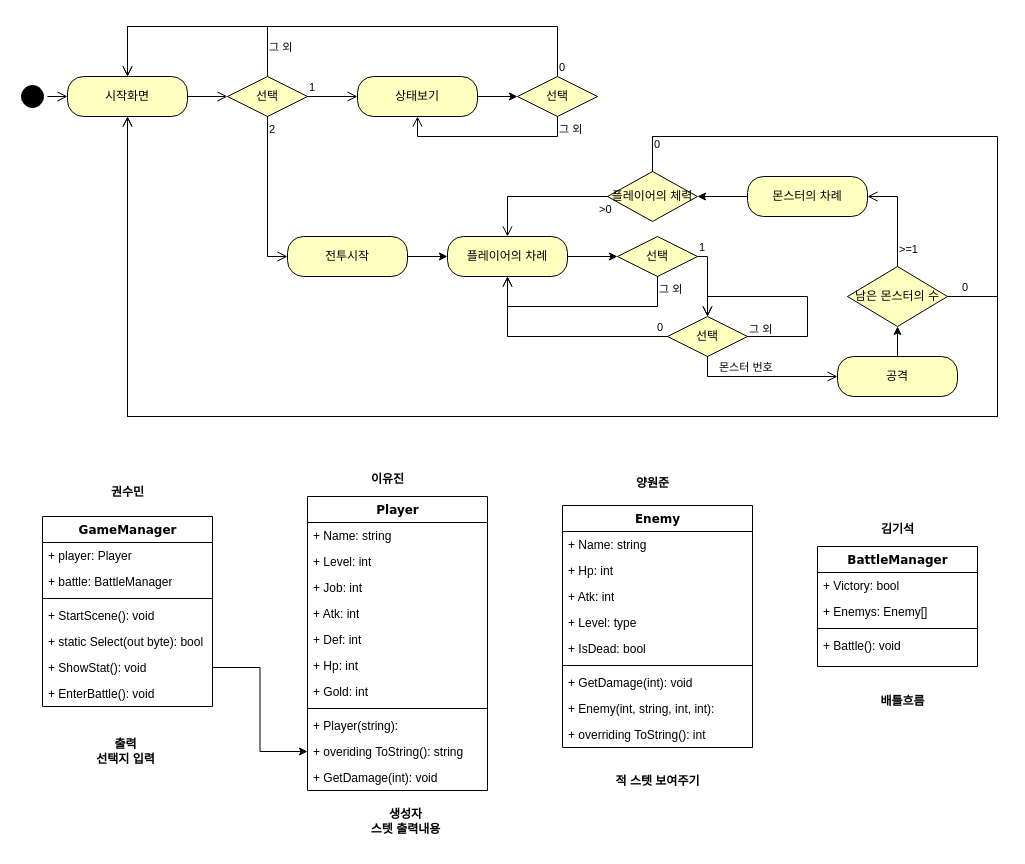
Above: Class.drawio in Kim-giseok/TxtRPG2 (draw.io), before the change. Source tidied: cells renumbered, new cells numbered last; positions are measured from the earlier drawing's top-left corner, leaving out a move shared by most shapes. Both pictures are drawn from the tidied source at 100%, with x=0, y=0 at pixel (17, 26).
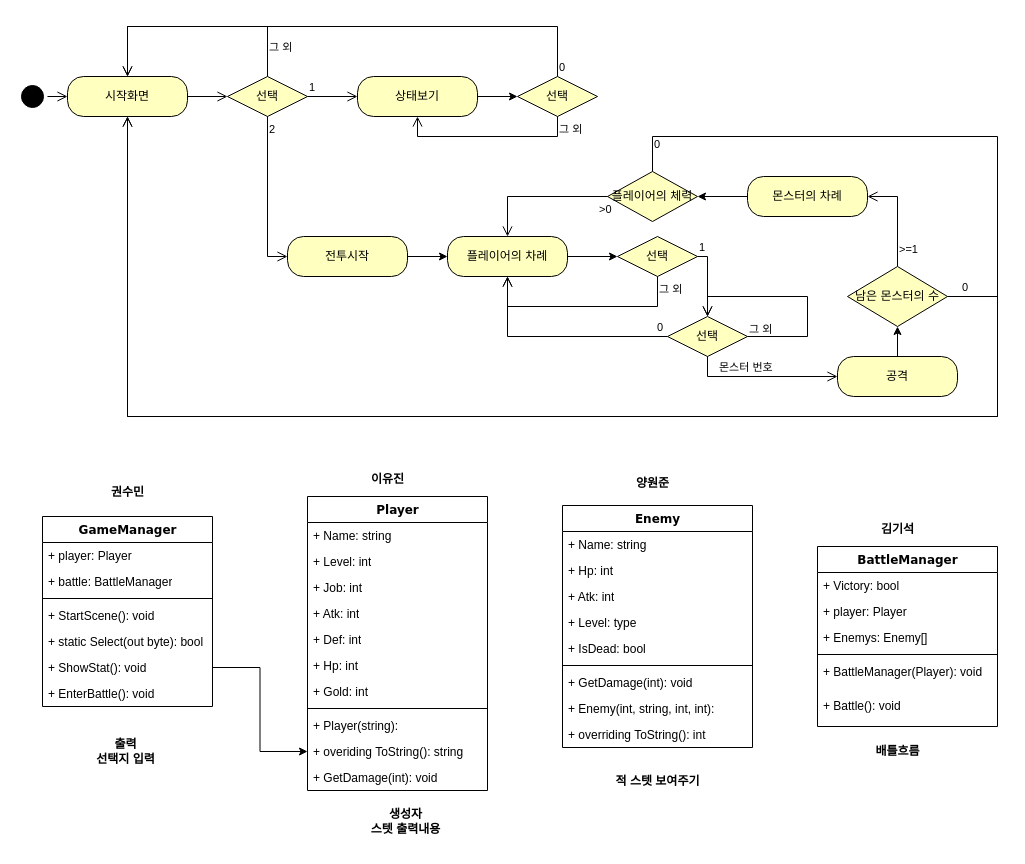
After the change.

What changed in the source:
```diff
@@
     <mxCell id="66" value="BattleManager" style="swimlane;html=1;fontStyle=1;align=center;verticalAlign=top;horizontal=1;startSize=26;swimlaneFillColor=#ffffff;rounded=0;shadow=0;comic=0;labelBackgroundColor=none;strokeWidth=1;fillColor=none;fontFamily=Verdana;fontSize=12;" parent="1" vertex="1">
-      <mxGeometry x="800" y="520" width="160" height="120" as="geometry" />
+      <mxGeometry x="800" y="520" width="180" height="180" as="geometry" />
     </mxCell>
     <mxCell id="67" value="+ Victory: bool" style="text;html=1;strokeColor=none;fillColor=none;align=left;verticalAlign=top;spacingLeft=4;spacingRight=4;whiteSpace=wrap;overflow=hidden;" parent="66" vertex="1">
-      <mxGeometry y="26" width="160" height="26" as="geometry" />
+      <mxGeometry y="26" width="180" height="26" as="geometry" />
     </mxCell>
+    <mxCell id="80" value="+ player: Player" style="text;html=1;strokeColor=none;fillColor=none;align=left;verticalAlign=top;spacingLeft=4;spacingRight=4;whiteSpace=wrap;overflow=hidden;" parent="66" vertex="1">
+      <mxGeometry y="52" width="180" height="26" as="geometry" />
+    </mxCell>
     <mxCell id="68" value="+ Enemys: Enemy[]" style="text;html=1;strokeColor=none;fillColor=none;align=left;verticalAlign=top;spacingLeft=4;spacingRight=4;whiteSpace=wrap;overflow=hidden;" parent="66" vertex="1">
-      <mxGeometry y="52" width="160" height="26" as="geometry" />
+      <mxGeometry y="78" width="180" height="26" as="geometry" />
     </mxCell>
     <mxCell id="69" style="line;html=1;strokeWidth=1;fillColor=none;align=left;verticalAlign=middle;spacingTop=-1;spacingLeft=3;spacingRight=3;labelPosition=right;" parent="66" vertex="1">
-      <mxGeometry y="78" width="160" height="8" as="geometry" />
+      <mxGeometry y="104" width="180" height="8" as="geometry" />
     </mxCell>
-    <mxCell id="70" value="+ Battle(): void" style="text;html=1;strokeColor=none;fillColor=none;align=left;verticalAlign=top;spacingLeft=4;spacingRight=4;whiteSpace=wrap;overflow=hidden;" parent="66" vertex="1">
-      <mxGeometry y="86" width="160" height="34" as="geometry" />
+    <mxCell id="70" value="+ BattleManager(Player): void" style="text;html=1;strokeColor=none;fillColor=none;align=left;verticalAlign=top;spacingLeft=4;spacingRight=4;whiteSpace=wrap;overflow=hidden;" parent="66" vertex="1">
+      <mxGeometry y="112" width="180" height="34" as="geometry" />
     </mxCell>
+    <mxCell id="81" value="+ Battle(): void" style="text;html=1;strokeColor=none;fillColor=none;align=left;verticalAlign=top;spacingLeft=4;spacingRight=4;whiteSpace=wrap;overflow=hidden;" parent="66" vertex="1">
+      <mxGeometry y="146" width="180" height="34" as="geometry" />
+    </mxCell>
@@
     <mxCell id="79" value="배틀흐름" style="text;align=center;fontStyle=1;verticalAlign=middle;spacingLeft=3;spacingRight=3;strokeColor=none;html=1;" parent="1" vertex="1">
-      <mxGeometry x="820" y="660" width="130" height="30" as="geometry" />
+      <mxGeometry x="815" y="710" width="130" height="30" as="geometry" />
     </mxCell>
```
